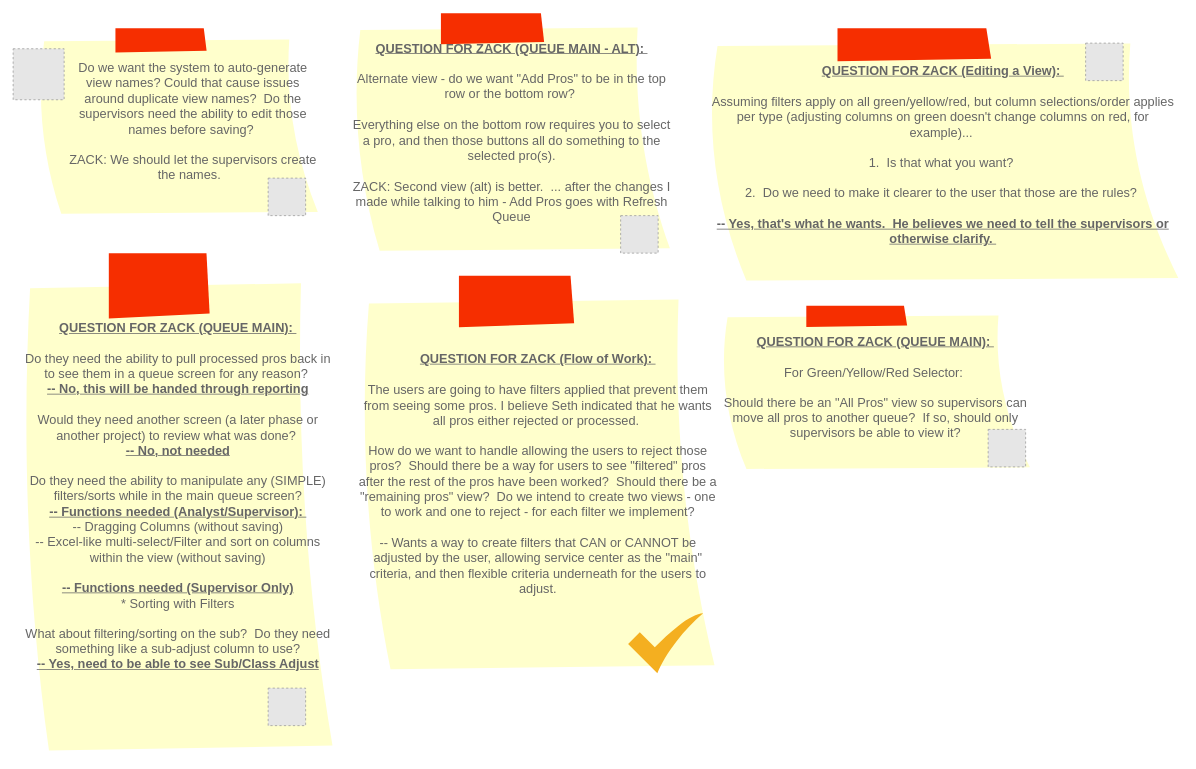
Earlier version of the draw.io diagram page "Open Questions" (11 of 11) of Phase 2 Draw.io File.drawio (queenofprydein/RandomStuff). Source tidied: cells renumbered, new cells numbered last; positions are measured from the earlier drawing's top-left corner, leaving out a move shared by most shapes. Both pictures are drawn from the tidied source at 75%, with x=0, y=0 at pixel (13, 13). Pictures stored in the file or linked from it are replaced by grey dashed boxes.
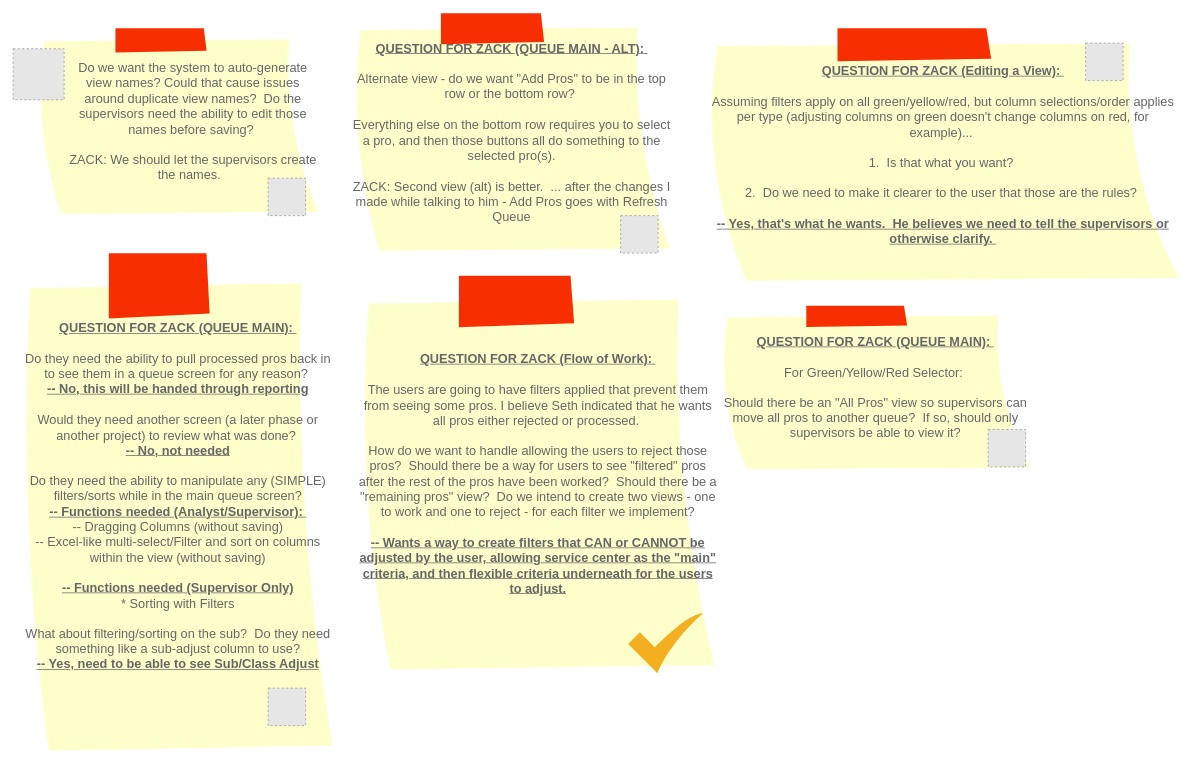
After the change.

Diff of the diagram source:
```diff
@@
 <mxGraphModel>
   <root>
     <mxCell id="0" />
     <mxCell id="1" parent="0" />
     <mxCell id="2" value="&lt;blockquote style=&quot;margin: 0 0 0 40px; border: none; padding: 0px;&quot;&gt;Do we want the system to auto-generate view names? Could that cause issues around duplicate view names?&amp;nbsp; Do the supervisors need the ability to edit those names before saving?&amp;nbsp;&lt;/blockquote&gt;&lt;blockquote style=&quot;margin: 0 0 0 40px; border: none; padding: 0px;&quot;&gt;&lt;br&gt;&lt;/blockquote&gt;&lt;blockquote style=&quot;margin: 0 0 0 40px; border: none; padding: 0px;&quot;&gt;ZACK: We should let the supervisors create the names.&amp;nbsp;&amp;nbsp;&lt;/blockquote&gt;" style="strokeWidth=1;shadow=0;dashed=0;align=center;html=1;shape=mxgraph.mockup.text.stickyNote2;fontColor=#666666;mainText=;fontSize=17;whiteSpace=wrap;fillColor=#ffffcc;strokeColor=#F62E00;" parent="1" vertex="1">
       <mxGeometry x="30" y="20" width="380" height="250" as="geometry" />
     </mxCell>
     <mxCell id="3" style="fillColor=#E6E6E6;strokeColor=#999999;dashed=1;html=1;verticalAlign=top;verticalLabelPosition=bottom;labelBackgroundColor=#ffffff;" parent="1" vertex="1">
       <mxGeometry y="47.5" width="68" height="68" as="geometry" />
     </mxCell>
     <mxCell id="4" value="&lt;b style=&quot;text-decoration-line: underline;&quot;&gt;QUESTION FOR ZACK (QUEUE MAIN):&amp;nbsp;&lt;/b&gt;&lt;br&gt;&lt;br&gt;Do they need the ability to pull processed pros back in to see them in a queue screen for any reason?&amp;nbsp;&lt;br&gt;&lt;b&gt;&lt;u&gt;-- No, this will be handed through reporting&lt;/u&gt;&lt;/b&gt;&lt;br&gt;&lt;br&gt;Would they need another screen (a later phase or another project) to review what was done?&amp;nbsp;&lt;br&gt;&lt;b&gt;&lt;u&gt;-- No, not needed&lt;/u&gt;&lt;/b&gt;&lt;br&gt;&lt;br&gt;Do they need the ability to manipulate any (SIMPLE) filters/sorts while in the main queue screen?&lt;br&gt;&lt;b&gt;&lt;u&gt;-- Functions needed (Analyst/Supervisor):&amp;nbsp;&lt;/u&gt;&lt;/b&gt;&lt;br&gt;-- Dragging Columns (without saving)&lt;br&gt;-- Excel-like multi-select/Filter and sort on columns within the view (without saving)&lt;br&gt;&lt;br&gt;&lt;b&gt;&lt;u&gt;-- Functions needed (Supervisor Only)&lt;br&gt;&lt;/u&gt;&lt;/b&gt;* Sorting with Filters&lt;br&gt;&lt;br&gt;What about filtering/sorting on the sub?&amp;nbsp; Do they need something like a sub-adjust column to use?&lt;br&gt;&lt;b&gt;&lt;u&gt;-- Yes, need to be able to see Sub/Class Adjust&lt;/u&gt;&lt;/b&gt;&lt;br&gt;&amp;nbsp;" style="strokeWidth=1;shadow=0;dashed=0;align=center;html=1;shape=mxgraph.mockup.text.stickyNote2;fontColor=#666666;mainText=;fontSize=17;whiteSpace=wrap;fillColor=#ffffcc;strokeColor=#F62E00;" parent="1" vertex="1">
       <mxGeometry x="10" y="320" width="420" height="670" as="geometry" />
     </mxCell>
     <mxCell id="5" value="&lt;b style=&quot;text-decoration-line: underline;&quot;&gt;QUESTION FOR ZACK (QUEUE MAIN):&amp;nbsp;&lt;br&gt;&lt;/b&gt;&lt;br&gt;For Green/Yellow/Red Selector:&amp;nbsp;&lt;br&gt;&lt;br&gt;Should there be an &quot;All Pros&quot; view so supervisors can move all pros to another queue?&amp;nbsp; If so, should only supervisors be able to view it?" style="strokeWidth=1;shadow=0;dashed=0;align=center;html=1;shape=mxgraph.mockup.text.stickyNote2;fontColor=#666666;mainText=;fontSize=17;whiteSpace=wrap;fillColor=#ffffcc;strokeColor=#F62E00;" parent="1" vertex="1">
       <mxGeometry x="940" y="390" width="420" height="220" as="geometry" />
     </mxCell>
     <mxCell id="6" value="&lt;b style=&quot;text-decoration-line: underline;&quot;&gt;QUESTION FOR ZACK (QUEUE MAIN - ALT):&amp;nbsp;&lt;/b&gt;&lt;br&gt;&lt;br&gt;Alternate view - do we want &quot;Add Pros&quot; to be in the top row or the bottom row?&amp;nbsp;&lt;br&gt;&lt;br&gt;Everything else on the bottom row requires you to select a pro, and then those buttons all do something to the selected pro(s).&lt;br&gt;&lt;br&gt;ZACK: Second view (alt) is better.&amp;nbsp; ... after the changes I made while talking to him - Add Pros goes with Refresh Queue" style="strokeWidth=1;shadow=0;dashed=0;align=center;html=1;shape=mxgraph.mockup.text.stickyNote2;fontColor=#666666;mainText=;fontSize=17;whiteSpace=wrap;fillColor=#ffffcc;strokeColor=#F62E00;" parent="1" vertex="1">
       <mxGeometry x="450" width="430" height="320" as="geometry" />
     </mxCell>
-    <mxCell id="7" value="&lt;b style=&quot;text-decoration-line: underline;&quot;&gt;QUESTION FOR ZACK (Flow of Work):&amp;nbsp;&lt;/b&gt;&lt;br&gt;&lt;br&gt;The users are going to have filters applied that prevent them from seeing some pros. I believe Seth indicated that he wants all pros either rejected or processed.&amp;nbsp;&lt;br&gt;&lt;br&gt;How do we want to handle allowing the users to reject those pros?&amp;nbsp; Should there be a way for users to see &quot;filtered&quot; pros after the rest of the pros have been worked?&amp;nbsp; Should there be a &quot;remaining pros&quot; view?&amp;nbsp; Do we intend to create two views - one to work and one to reject - for each filter we implement?&lt;br&gt;&lt;br&gt;-- Wants a way to create filters that CAN or CANNOT be adjusted by the user, allowing service center as the &quot;main&quot; criteria, and then flexible criteria underneath for the users to adjust." style="strokeWidth=1;shadow=0;dashed=0;align=center;html=1;shape=mxgraph.mockup.text.stickyNote2;fontColor=#666666;mainText=;fontSize=17;whiteSpace=wrap;fillColor=#ffffcc;strokeColor=#F62E00;" parent="1" vertex="1">
+    <mxCell id="7" value="&lt;b style=&quot;text-decoration-line: underline;&quot;&gt;QUESTION FOR ZACK (Flow of Work):&amp;nbsp;&lt;/b&gt;&lt;br&gt;&lt;br&gt;The users are going to have filters applied that prevent them from seeing some pros. I believe Seth indicated that he wants all pros either rejected or processed.&amp;nbsp;&lt;br&gt;&lt;br&gt;How do we want to handle allowing the users to reject those pros?&amp;nbsp; Should there be a way for users to see &quot;filtered&quot; pros after the rest of the pros have been worked?&amp;nbsp; Should there be a &quot;remaining pros&quot; view?&amp;nbsp; Do we intend to create two views - one to work and one to reject - for each filter we implement?&lt;br&gt;&lt;br&gt;&lt;b&gt;&lt;u&gt;-- Wants a way to create filters that CAN or CANNOT be adjusted by the user, allowing service center as the &quot;main&quot; criteria, and then flexible criteria underneath for the users to adjust.&lt;/u&gt;&lt;/b&gt;" style="strokeWidth=1;shadow=0;dashed=0;align=center;html=1;shape=mxgraph.mockup.text.stickyNote2;fontColor=#666666;mainText=;fontSize=17;whiteSpace=wrap;fillColor=#ffffcc;strokeColor=#F62E00;" parent="1" vertex="1">
       <mxGeometry x="460" y="350" width="480" height="530" as="geometry" />
     </mxCell>
     <mxCell id="8" value="&lt;b style=&quot;text-decoration-line: underline;&quot;&gt;QUESTION FOR ZACK (Editing a View):&amp;nbsp;&lt;/b&gt;&lt;br&gt;&lt;br&gt;Assuming filters apply on all green/yellow/red, but column selections/order applies per type (adjusting columns on green doesn't change columns on red, for example)...&amp;nbsp;&lt;br&gt;&lt;br&gt;1.&amp;nbsp; Is that what you want?&amp;nbsp;&lt;br&gt;&lt;br&gt;2.&amp;nbsp; Do we need to make it clearer to the user that those are the rules?&amp;nbsp;&lt;br&gt;&lt;br&gt;&lt;b&gt;&lt;u&gt;-- Yes, that's what he wants.&amp;nbsp; He believes we need to tell the supervisors or otherwise clarify.&amp;nbsp;&lt;/u&gt;&lt;/b&gt;" style="strokeWidth=1;shadow=0;dashed=0;align=center;html=1;shape=mxgraph.mockup.text.stickyNote2;fontColor=#666666;mainText=;fontSize=17;whiteSpace=wrap;fillColor=#ffffcc;strokeColor=#F62E00;" parent="1" vertex="1">
       <mxGeometry x="920" y="20" width="640" height="340" as="geometry" />
     </mxCell>
     <mxCell id="9" style="fillColor=#E6E6E6;strokeColor=#999999;dashed=1;html=1;verticalAlign=top;verticalLabelPosition=bottom;labelBackgroundColor=#ffffff;" parent="1" vertex="1">
       <mxGeometry x="340" y="220" width="50" height="50" as="geometry" />
     </mxCell>
     <mxCell id="10" style="fillColor=#E6E6E6;strokeColor=#999999;dashed=1;html=1;verticalAlign=top;verticalLabelPosition=bottom;labelBackgroundColor=#ffffff;" parent="1" vertex="1">
       <mxGeometry x="810" y="270" width="50" height="50" as="geometry" />
     </mxCell>
     <mxCell id="11" style="fillColor=#E6E6E6;strokeColor=#999999;dashed=1;html=1;verticalAlign=top;verticalLabelPosition=bottom;labelBackgroundColor=#ffffff;" parent="1" vertex="1">
       <mxGeometry x="340" y="900" width="50" height="50" as="geometry" />
     </mxCell>
     <mxCell id="12" style="fillColor=#E6E6E6;strokeColor=#999999;dashed=1;html=1;verticalAlign=top;verticalLabelPosition=bottom;labelBackgroundColor=#ffffff;" parent="1" vertex="1">
       <mxGeometry x="1430" y="40" width="50" height="50" as="geometry" />
     </mxCell>
     <mxCell id="13" style="sketch=0;html=1;strokeColor=none;shadow=0;align=center;verticalAlign=top;fillColor=#F4AF20;shape=mxgraph.gcp2.check;" parent="1" vertex="1">
       <mxGeometry x="820" y="800" width="100" height="80" as="geometry" />
     </mxCell>
     <mxCell id="14" style="fillColor=#E6E6E6;strokeColor=#999999;dashed=1;html=1;verticalAlign=top;verticalLabelPosition=bottom;labelBackgroundColor=#ffffff;" parent="1" vertex="1">
       <mxGeometry x="1300" y="555" width="50" height="50" as="geometry" />
     </mxCell>
   </root>
 </mxGraphModel>
```
